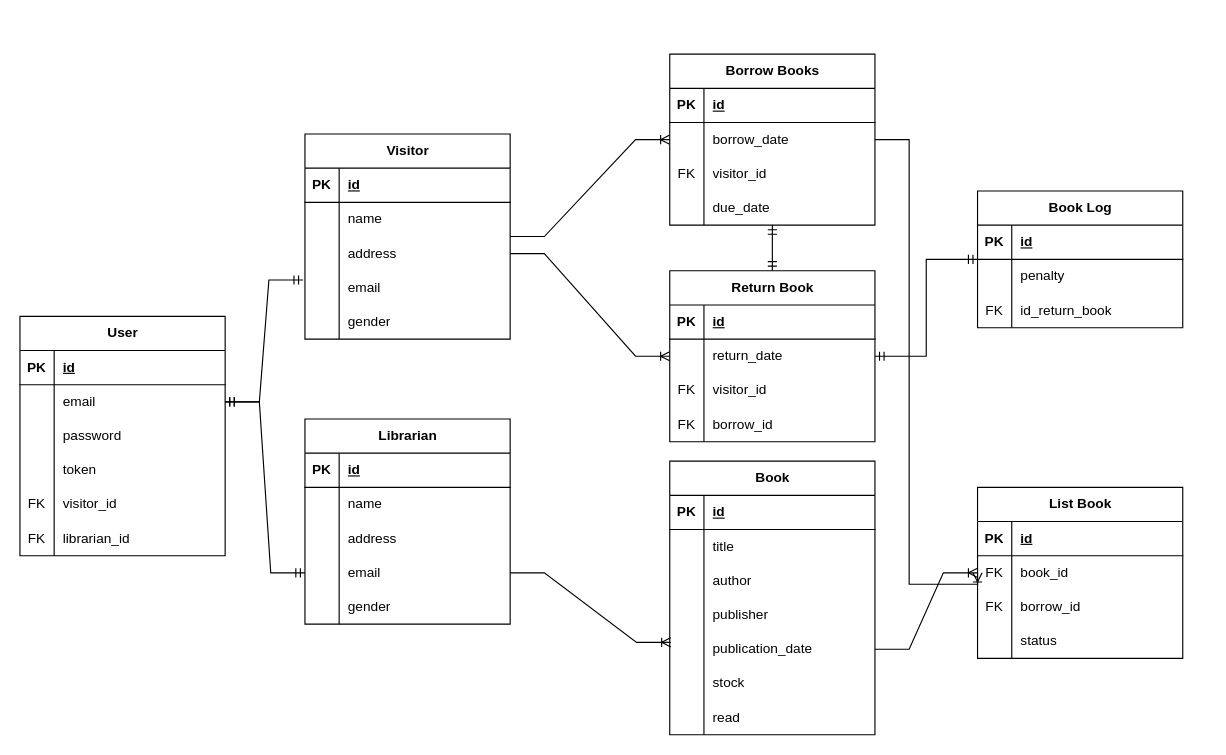
Syaal/library keeps this draw.io diagram as page "Entity" (1 of 3) of Diagram Tanpa Judul.drawio. Above is the earlier version. Source tidied: cells renumbered, new cells numbered last; positions are measured from the earlier drawing's top-left corner, leaving out a move shared by most shapes. Both pictures are drawn from the tidied source at 114%, with x=0, y=0 at pixel (19, 54).
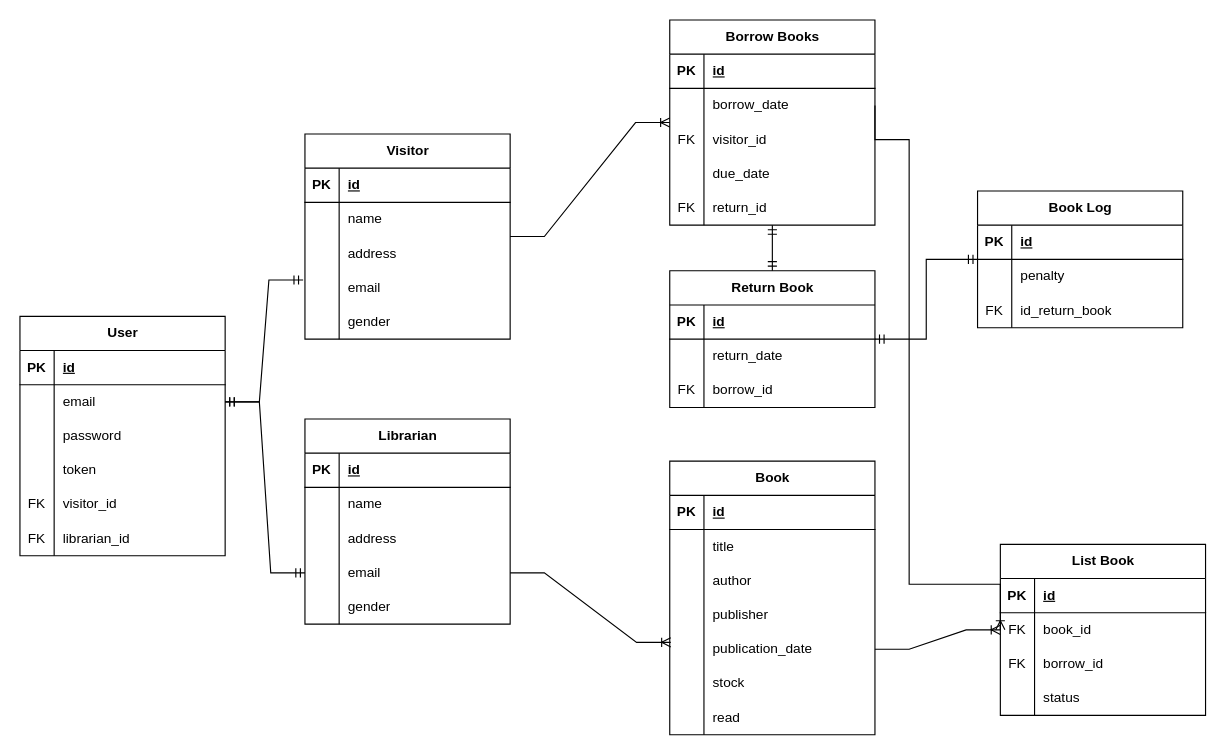
Above is the later version.

The change refers to these unchanged cells:
```xml
<mxCell id="31" style="shape=tableRow;horizontal=0;startSize=0;swimlaneHead=0;swimlaneBody=0;fillColor=none;points=[[0,0.5],[1,0.5]];portConstraint=eastwest;top=0;left=0;right=0;bottom=0;" parent="24" vertex="1">
  <mxGeometry y="90" width="180" height="30" as="geometry" />
</mxCell>
```

What changed in the source:
```diff
@@
     <mxCell id="40" value="Borrow Books" style="shape=table;startSize=30;childLayout=tableLayout;rowLines=0;fontStyle=1;align=center;html=1;" parent="1" vertex="1">
-      <mxGeometry x="570" width="180" height="150" as="geometry" />
+      <mxGeometry x="570" y="-30" width="180" height="180" as="geometry" />
     </mxCell>
@@
+    <mxCell id="133" style="shape=tableRow;horizontal=0;startSize=0;swimlaneHead=0;swimlaneBody=0;fillColor=none;top=0;left=0;right=0;bottom=0;" parent="40" vertex="1">
+      <mxGeometry y="150" width="180" height="30" as="geometry" />
+    </mxCell>
+    <mxCell id="62" value="FK" style="shape=partialRectangle;fillColor=none;top=0;left=0;bottom=0;right=0;overflow=hidden;whiteSpace=wrap;html=1;" parent="133" vertex="1">
+      <mxGeometry width="30" height="30" as="geometry" />
+    </mxCell>
+    <mxCell id="134" value="return_id" style="shape=partialRectangle;fillColor=none;top=0;left=0;bottom=0;right=0;align=left;spacingLeft=6;overflow=hidden;whiteSpace=wrap;html=1;" parent="133" vertex="1">
+      <mxGeometry x="30" width="150" height="30" as="geometry" />
+    </mxCell>
@@
     <mxCell id="54" value="Return Book" style="shape=table;startSize=30;childLayout=tableLayout;rowLines=0;fontStyle=1;align=center;html=1;" parent="1" vertex="1">
-      <mxGeometry x="570" y="190" width="180" height="150" as="geometry" />
+      <mxGeometry x="570" y="190" width="180" height="120" as="geometry" />
     </mxCell>
@@
-    <mxCell id="61" style="shape=tableRow;horizontal=0;startSize=0;swimlaneHead=0;swimlaneBody=0;fillColor=none;top=0;left=0;right=0;bottom=0;" parent="54" vertex="1">
-      <mxGeometry y="90" width="180" height="30" as="geometry" />
-    </mxCell>
-    <mxCell id="62" value="FK" style="shape=partialRectangle;fillColor=none;top=0;left=0;bottom=0;right=0;overflow=hidden;whiteSpace=wrap;html=1;" parent="61" vertex="1">
-      <mxGeometry width="30" height="30" as="geometry" />
-    </mxCell>
-    <mxCell id="63" value="visitor_id" style="shape=partialRectangle;fillColor=none;top=0;left=0;bottom=0;right=0;align=left;spacingLeft=6;overflow=hidden;whiteSpace=wrap;html=1;" parent="61" vertex="1">
-      <mxGeometry x="30" width="150" height="30" as="geometry" />
-    </mxCell>
     <mxCell id="64" style="shape=tableRow;horizontal=0;startSize=0;swimlaneHead=0;swimlaneBody=0;fillColor=none;top=0;left=0;right=0;bottom=0;" parent="54" vertex="1">
-      <mxGeometry y="120" width="180" height="30" as="geometry" />
+      <mxGeometry y="90" width="180" height="30" as="geometry" />
     </mxCell>
@@
-    <mxCell id="78" style="edgeStyle=entityRelationEdgeStyle;fontSize=12;html=1;endArrow=ERoneToMany;rounded=0;exitX=1;exitY=0.5;exitDx=0;exitDy=0;" parent="1" edge="1" source="31" target="54">
-      <mxGeometry relative="1" as="geometry" />
-    </mxCell>
@@
     <mxCell id="117" value="List Book" style="shape=table;startSize=30;childLayout=tableLayout;rowLines=0;fontStyle=1;align=center;html=1;" parent="1" vertex="1">
-      <mxGeometry x="840" y="380" width="180" height="150" as="geometry" />
+      <mxGeometry x="860" y="430" width="180" height="150" as="geometry" />
     </mxCell>
```
